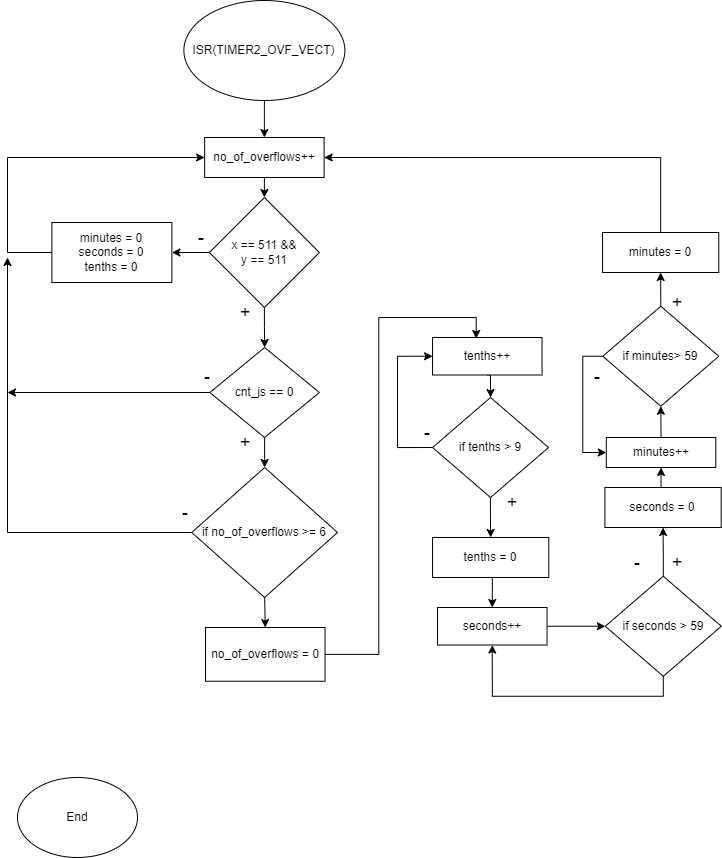
Earlier version of the draw.io export project1/Stopwatch.drawio.png (OndraFoltyn/digital-electronics-2). Source tidied: cells renumbered, new cells last; positions are measured from the earlier drawing's top-left corner, leaving out a move shared by most shapes.
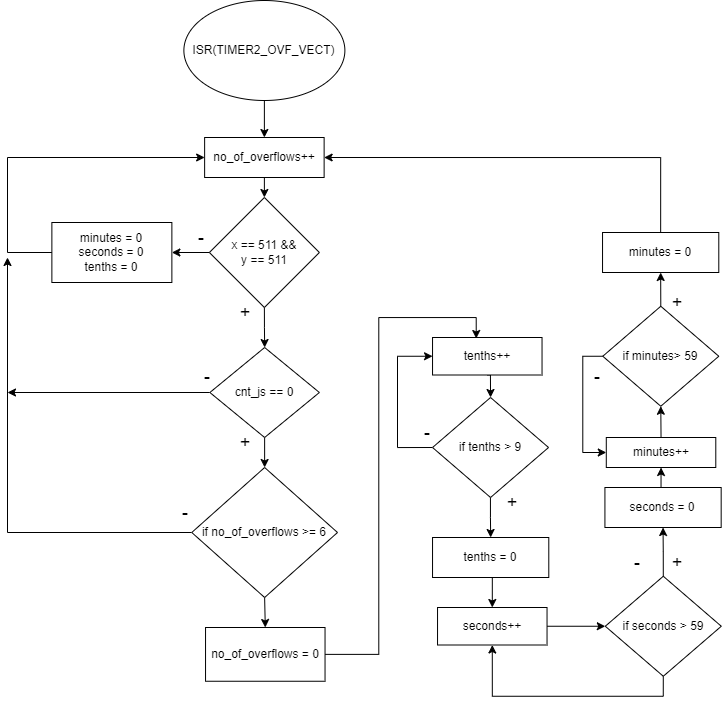
The same file after the commit.

What changed in the source:
```diff
@@ -30,9 +30,6 @@
     <mxCell id="9" value="if no_of_overflows &amp;gt;= 6" style="rhombus;whiteSpace=wrap;html=1;" parent="1" vertex="1">
       <mxGeometry x="184.3" y="467" width="145.8" height="130" as="geometry" />
     </mxCell>
-    <mxCell id="10" value="End" style="ellipse;whiteSpace=wrap;html=1;" parent="1" vertex="1">
-      <mxGeometry x="10" y="777" width="120" height="80" as="geometry" />
-    </mxCell>
     <mxCell id="11" style="edgeStyle=orthogonalEdgeStyle;rounded=0;jettySize=auto;html=1;exitX=1;exitY=0.5;exitDx=0;exitDy=0;entryX=0.399;entryY=0.027;entryDx=0;entryDy=0;entryPerimeter=0;" parent="1" edge="1" source="12" target="14">
       <mxGeometry relative="1" as="geometry" />
     </mxCell>
```
